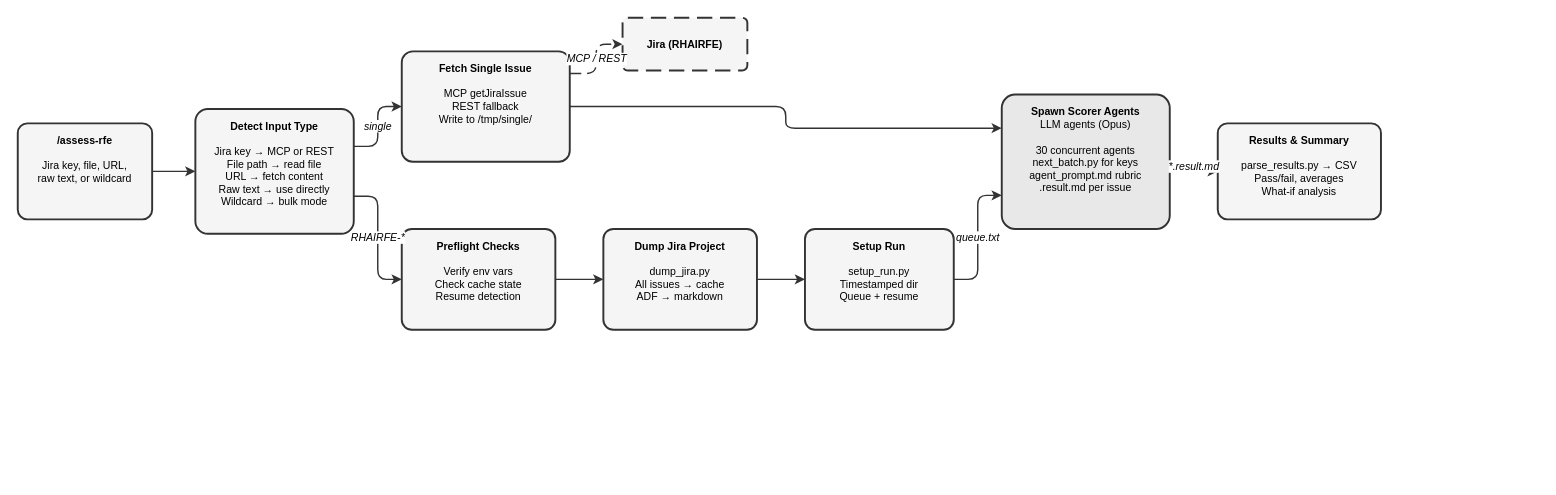
opendatahub-io/skills-registry keeps this draw.io diagram as site/docs/plugins/assess-rfe/assess-rfe.drawio. Above is the earlier version. Source tidied: cells renumbered, new cells numbered last; positions are measured from the earlier drawing's top-left corner, leaving out a move shared by most shapes. Both pictures are drawn from the tidied source at 96%, with x=0, y=0 at pixel (17, 17).
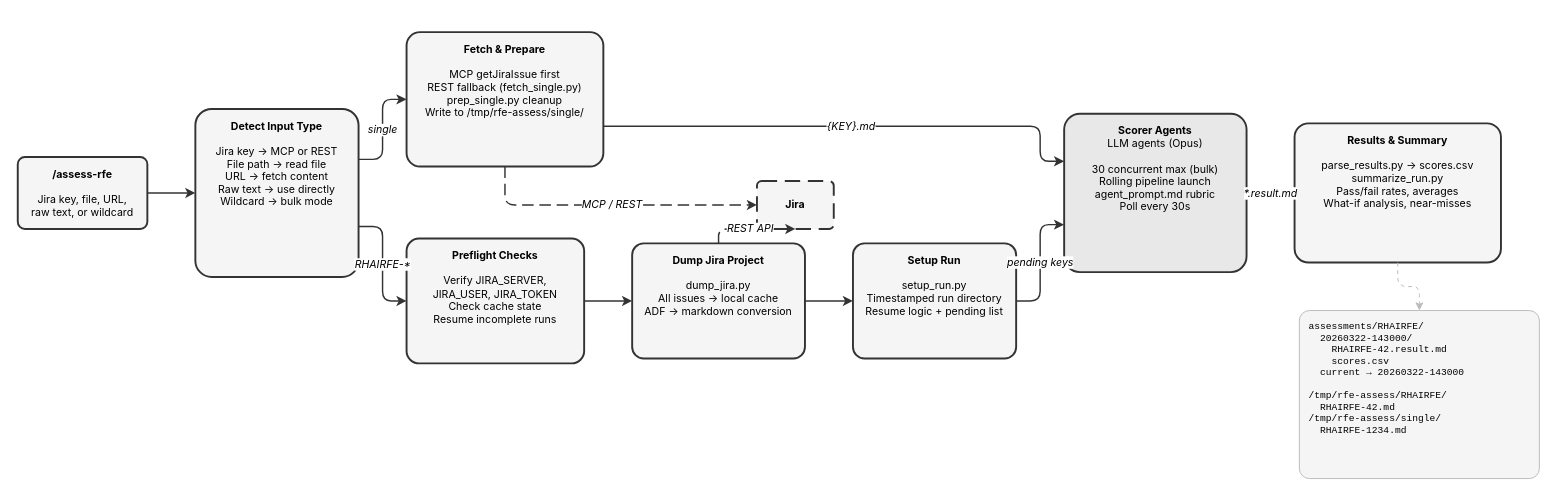
Above is the later version.

What changed in the source:
```diff
@@
-    <mxCell id="2" value="&lt;b&gt;/assess-rfe&lt;/b&gt;&lt;br&gt;&lt;br&gt;Jira key, file, URL,&lt;br&gt;raw text, or wildcard" style="rounded=1;whiteSpace=wrap;html=1;fillColor=#f5f5f5;strokeColor=#333333;strokeWidth=2;arcSize=10;verticalAlign=top;spacingTop=5;fontSize=11;" parent="1" vertex="1">
-      <mxGeometry y="110" width="140" height="100" as="geometry" />
+    <mxCell id="2" value="&lt;b&gt;/assess-rfe&lt;/b&gt;&lt;br&gt;&lt;br&gt;Jira key, file, URL,&lt;br&gt;raw text, or wildcard" style="rounded=1;whiteSpace=wrap;html=1;fillColor=#f5f5f5;strokeColor=#333333;strokeWidth=2;arcSize=10;verticalAlign=top;spacingTop=5;fontSize=11;fontFamily=Inter,Helvetica,Arial,sans-serif;" parent="1" vertex="1">
+      <mxGeometry y="145" width="135" height="75" as="geometry" />
     </mxCell>
-    <mxCell id="3" value="&lt;b&gt;Detect Input Type&lt;/b&gt;&lt;br&gt;&lt;br&gt;Jira key → MCP or REST&lt;br&gt;File path → read file&lt;br&gt;URL → fetch content&lt;br&gt;Raw text → use directly&lt;br&gt;Wildcard → bulk mode" style="rounded=1;whiteSpace=wrap;html=1;fillColor=#f5f5f5;strokeColor=#333333;strokeWidth=2;arcSize=10;verticalAlign=top;spacingTop=5;fontSize=11;" parent="1" vertex="1">
-      <mxGeometry x="185" y="95" width="165" height="130" as="geometry" />
+    <mxCell id="3" value="&lt;b&gt;Detect Input Type&lt;/b&gt;&lt;br&gt;&lt;br&gt;Jira key → MCP or REST&lt;br&gt;File path → read file&lt;br&gt;URL → fetch content&lt;br&gt;Raw text → use directly&lt;br&gt;Wildcard → bulk mode" style="rounded=1;whiteSpace=wrap;html=1;fillColor=#f5f5f5;strokeColor=#333333;strokeWidth=2;arcSize=10;verticalAlign=top;spacingTop=5;fontSize=11;fontFamily=Inter,Helvetica,Arial,sans-serif;" parent="1" vertex="1">
+      <mxGeometry x="185" y="95" width="170" height="175" as="geometry" />
     </mxCell>
-    <mxCell id="4" value="&lt;b&gt;Fetch Single Issue&lt;/b&gt;&lt;br&gt;&lt;br&gt;MCP getJiraIssue&lt;br&gt;REST fallback&lt;br&gt;Write to /tmp/single/" style="rounded=1;whiteSpace=wrap;html=1;fillColor=#f5f5f5;strokeColor=#333333;strokeWidth=2;arcSize=10;verticalAlign=top;spacingTop=5;fontSize=11;" parent="1" vertex="1">
-      <mxGeometry x="400" y="35" width="175" height="115" as="geometry" />
+    <mxCell id="4" value="&lt;b&gt;Fetch &amp; Prepare&lt;/b&gt;&lt;br&gt;&lt;br&gt;MCP getJiraIssue first&lt;br&gt;REST fallback (fetch_single.py)&lt;br&gt;prep_single.py cleanup&lt;br&gt;Write to /tmp/rfe-assess/single/" style="rounded=1;whiteSpace=wrap;html=1;fillColor=#f5f5f5;strokeColor=#333333;strokeWidth=2;arcSize=10;verticalAlign=top;spacingTop=5;fontSize=11;fontFamily=Inter,Helvetica,Arial,sans-serif;" parent="1" vertex="1">
+      <mxGeometry x="405" y="15" width="205" height="140" as="geometry" />
     </mxCell>
-    <mxCell id="5" value="&lt;b&gt;Preflight Checks&lt;/b&gt;&lt;br&gt;&lt;br&gt;Verify env vars&lt;br&gt;Check cache state&lt;br&gt;Resume detection" style="rounded=1;whiteSpace=wrap;html=1;fillColor=#f5f5f5;strokeColor=#333333;strokeWidth=2;arcSize=10;verticalAlign=top;spacingTop=5;fontSize=11;" parent="1" vertex="1">
-      <mxGeometry x="400" y="220" width="160" height="105" as="geometry" />
+    <mxCell id="5" value="&lt;b&gt;Preflight Checks&lt;/b&gt;&lt;br&gt;&lt;br&gt;Verify JIRA_SERVER,&lt;br&gt;JIRA_USER, JIRA_TOKEN&lt;br&gt;Check cache state&lt;br&gt;Resume incomplete runs" style="rounded=1;whiteSpace=wrap;html=1;fillColor=#f5f5f5;strokeColor=#333333;strokeWidth=2;arcSize=10;verticalAlign=top;spacingTop=5;fontSize=11;fontFamily=Inter,Helvetica,Arial,sans-serif;" parent="1" vertex="1">
+      <mxGeometry x="405" y="230" width="185" height="130" as="geometry" />
     </mxCell>
-    <mxCell id="6" value="&lt;b&gt;Dump Jira Project&lt;/b&gt;&lt;br&gt;&lt;br&gt;dump_jira.py&lt;br&gt;All issues → cache&lt;br&gt;ADF → markdown" style="rounded=1;whiteSpace=wrap;html=1;fillColor=#f5f5f5;strokeColor=#333333;strokeWidth=2;arcSize=10;verticalAlign=top;spacingTop=5;fontSize=11;" parent="1" vertex="1">
-      <mxGeometry x="610" y="220" width="160" height="105" as="geometry" />
+    <mxCell id="6" value="&lt;b&gt;Dump Jira Project&lt;/b&gt;&lt;br&gt;&lt;br&gt;dump_jira.py&lt;br&gt;All issues → local cache&lt;br&gt;ADF → markdown conversion" style="rounded=1;whiteSpace=wrap;html=1;fillColor=#f5f5f5;strokeColor=#333333;strokeWidth=2;arcSize=10;verticalAlign=top;spacingTop=5;fontSize=11;fontFamily=Inter,Helvetica,Arial,sans-serif;" parent="1" vertex="1">
+      <mxGeometry x="640" y="235" width="180" height="120" as="geometry" />
     </mxCell>
-    <mxCell id="7" value="&lt;b&gt;Setup Run&lt;/b&gt;&lt;br&gt;&lt;br&gt;setup_run.py&lt;br&gt;Timestamped dir&lt;br&gt;Queue + resume" style="rounded=1;whiteSpace=wrap;html=1;fillColor=#f5f5f5;strokeColor=#333333;strokeWidth=2;arcSize=10;verticalAlign=top;spacingTop=5;fontSize=11;" parent="1" vertex="1">
-      <mxGeometry x="820" y="220" width="155" height="105" as="geometry" />
+    <mxCell id="7" value="&lt;b&gt;Setup Run&lt;/b&gt;&lt;br&gt;&lt;br&gt;setup_run.py&lt;br&gt;Timestamped run directory&lt;br&gt;Resume logic + pending list" style="rounded=1;whiteSpace=wrap;html=1;fillColor=#f5f5f5;strokeColor=#333333;strokeWidth=2;arcSize=10;verticalAlign=top;spacingTop=5;fontSize=11;fontFamily=Inter,Helvetica,Arial,sans-serif;" parent="1" vertex="1">
+      <mxGeometry x="870" y="235" width="170" height="120" as="geometry" />
     </mxCell>
-    <mxCell id="8" value="&lt;b&gt;Spawn Scorer Agents&lt;/b&gt;&lt;br&gt;LLM agents (Opus)&lt;br&gt;&lt;br&gt;30 concurrent agents&lt;br&gt;next_batch.py for keys&lt;br&gt;agent_prompt.md rubric&lt;br&gt;.result.md per issue" style="rounded=1;whiteSpace=wrap;html=1;fillColor=#e8e8e8;strokeColor=#333333;strokeWidth=2;arcSize=10;verticalAlign=top;spacingTop=5;fontSize=11;" parent="1" vertex="1">
-      <mxGeometry x="1025" y="80" width="175" height="140" as="geometry" />
+    <mxCell id="8" value="&lt;b&gt;Scorer Agents&lt;/b&gt;&lt;br&gt;LLM agents (Opus)&lt;br&gt;&lt;br&gt;30 concurrent max (bulk)&lt;br&gt;Rolling pipeline launch&lt;br&gt;agent_prompt.md rubric&lt;br&gt;Poll every 30s" style="rounded=1;whiteSpace=wrap;html=1;fillColor=#e8e8e8;strokeColor=#333333;strokeWidth=2;arcSize=10;verticalAlign=top;spacingTop=5;fontSize=11;fontFamily=Inter,Helvetica,Arial,sans-serif;" parent="1" vertex="1">
+      <mxGeometry x="1090" y="100" width="190" height="165" as="geometry" />
     </mxCell>
-    <mxCell id="9" value="&lt;b&gt;Results &amp;amp; Summary&lt;/b&gt;&lt;br&gt;&lt;br&gt;parse_results.py → CSV&lt;br&gt;Pass/fail, averages&lt;br&gt;What-if analysis" style="rounded=1;whiteSpace=wrap;html=1;fillColor=#f5f5f5;strokeColor=#333333;strokeWidth=2;arcSize=10;verticalAlign=top;spacingTop=5;fontSize=11;" parent="1" vertex="1">
-      <mxGeometry x="1250" y="110" width="170" height="100" as="geometry" />
+    <mxCell id="9" value="&lt;b&gt;Results &amp; Summary&lt;/b&gt;&lt;br&gt;&lt;br&gt;parse_results.py → scores.csv&lt;br&gt;summarize_run.py&lt;br&gt;Pass/fail rates, averages&lt;br&gt;What-if analysis, near-misses" style="rounded=1;whiteSpace=wrap;html=1;fillColor=#f5f5f5;strokeColor=#333333;strokeWidth=2;arcSize=10;verticalAlign=top;spacingTop=5;fontSize=11;fontFamily=Inter,Helvetica,Arial,sans-serif;" parent="1" vertex="1">
+      <mxGeometry x="1330" y="110" width="215" height="145" as="geometry" />
     </mxCell>
-    <mxCell id="10" value="&lt;b&gt;Jira (RHAIRFE)&lt;/b&gt;" style="rounded=1;whiteSpace=wrap;html=1;fillColor=#f5f5f5;strokeColor=#333333;strokeWidth=2;arcSize=10;dashed=1;dashPattern=8 4;verticalAlign=middle;fontSize=11;" parent="1" vertex="1">
-      <mxGeometry x="630" width="130" height="55" as="geometry" />
+    <mxCell id="10" value="&lt;b&gt;Jira&lt;/b&gt;" style="rounded=1;whiteSpace=wrap;html=1;fillColor=#f5f5f5;strokeColor=#333333;strokeWidth=2;arcSize=10;dashed=1;dashPattern=8 4;verticalAlign=middle;fontSize=11;fontFamily=Inter,Helvetica,Arial,sans-serif;" parent="1" vertex="1">
+      <mxGeometry x="770" y="170" width="80" height="50" as="geometry" />
     </mxCell>
+    <mxCell id="20" value="&lt;font face=&quot;JetBrains Mono, Courier New, monospace&quot; style=&quot;font-size:10px&quot;&gt;assessments/RHAIRFE/&lt;br&gt;&amp;nbsp;&amp;nbsp;20260322-143000/&lt;br&gt;&amp;nbsp;&amp;nbsp;&amp;nbsp;&amp;nbsp;RHAIRFE-42.result.md&lt;br&gt;&amp;nbsp;&amp;nbsp;&amp;nbsp;&amp;nbsp;scores.csv&lt;br&gt;&amp;nbsp;&amp;nbsp;current → 20260322-143000&lt;br&gt;&lt;br&gt;/tmp/rfe-assess/RHAIRFE/&lt;br&gt;&amp;nbsp;&amp;nbsp;RHAIRFE-42.md&lt;br&gt;/tmp/rfe-assess/single/&lt;br&gt;&amp;nbsp;&amp;nbsp;RHAIRFE-1234.md&lt;/font&gt;" style="rounded=1;whiteSpace=wrap;html=1;fillColor=#f5f5f5;strokeColor=#bbbbbb;strokeWidth=1;arcSize=6;verticalAlign=top;spacingTop=5;align=left;spacingLeft=8;fontSize=10;fontFamily=JetBrains Mono,Courier New,monospace;" parent="1" vertex="1">
+      <mxGeometry x="1335" y="305" width="250" height="175" as="geometry" />
+    </mxCell>
-    <mxCell id="11" style="edgeStyle=orthogonalEdgeStyle;rounded=1;strokeColor=#333333;strokeWidth=1.5;html=1;exitX=1;exitY=0.5;exitDx=0;exitDy=0;entryX=0;entryY=0.5;entryDx=0;entryDy=0;" parent="1" edge="1" source="2" target="3">
+    <mxCell id="11" style="edgeStyle=orthogonalEdgeStyle;rounded=1;strokeColor=#333333;strokeWidth=1.5;html=1;fontFamily=Inter,Helvetica,Arial,sans-serif;exitX=1;exitY=0.5;exitDx=0;exitDy=0;entryX=0;entryY=0.5;entryDx=0;entryDy=0;" parent="1" edge="1" source="2" target="3">
       <mxGeometry relative="1" as="geometry" />
     </mxCell>
-    <mxCell id="12" value="single" style="edgeStyle=orthogonalEdgeStyle;rounded=1;strokeColor=#333333;strokeWidth=1.5;html=1;fontStyle=2;fontSize=11;exitX=1;exitY=0.3;exitDx=0;exitDy=0;entryX=0;entryY=0.5;entryDx=0;entryDy=0;" parent="1" edge="1" source="3" target="4">
-      <mxGeometry relative="1" as="geometry" />
+    <mxCell id="12" value="single" style="edgeStyle=orthogonalEdgeStyle;rounded=1;strokeColor=#333333;strokeWidth=1.5;html=1;fontStyle=2;fontSize=11;fontFamily=Inter,Helvetica,Arial,sans-serif;exitX=1;exitY=0.3;exitDx=0;exitDy=0;entryX=0;entryY=0.5;entryDx=0;entryDy=0;" parent="1" edge="1" source="3" target="4">
+      <mxGeometry relative="1" as="geometry">
+        <Array as="points">
+          <mxPoint x="380" y="147.5" />
+          <mxPoint x="380" y="85" />
+        </Array>
+      </mxGeometry>
     </mxCell>
-    <mxCell id="13" value="RHAIRFE-*" style="edgeStyle=orthogonalEdgeStyle;rounded=1;strokeColor=#333333;strokeWidth=1.5;html=1;fontStyle=2;fontSize=11;exitX=1;exitY=0.7;exitDx=0;exitDy=0;entryX=0;entryY=0.5;entryDx=0;entryDy=0;" parent="1" edge="1" source="3" target="5">
-      <mxGeometry relative="1" as="geometry" />
+    <mxCell id="13" value="RHAIRFE-*" style="edgeStyle=orthogonalEdgeStyle;rounded=1;strokeColor=#333333;strokeWidth=1.5;html=1;fontStyle=2;fontSize=11;fontFamily=Inter,Helvetica,Arial,sans-serif;exitX=1;exitY=0.7;exitDx=0;exitDy=0;entryX=0;entryY=0.5;entryDx=0;entryDy=0;" parent="1" edge="1" source="3" target="5">
+      <mxGeometry relative="1" as="geometry">
+        <Array as="points">
+          <mxPoint x="380" y="217.5" />
+          <mxPoint x="380" y="295" />
+        </Array>
+      </mxGeometry>
     </mxCell>
-    <mxCell id="14" style="edgeStyle=orthogonalEdgeStyle;rounded=1;strokeColor=#333333;strokeWidth=1.5;html=1;exitX=1;exitY=0.5;exitDx=0;exitDy=0;entryX=0;entryY=0.25;entryDx=0;entryDy=0;" parent="1" edge="1" source="4" target="8">
-      <mxGeometry relative="1" as="geometry" />
+    <mxCell id="14" value="{KEY}.md" style="edgeStyle=orthogonalEdgeStyle;rounded=1;strokeColor=#333333;strokeWidth=1.5;html=1;fontStyle=2;fontSize=11;fontFamily=Inter,Helvetica,Arial,sans-serif;exitX=1;exitY=0.7;exitDx=0;exitDy=0;entryX=0;entryY=0.3;entryDx=0;entryDy=0;" parent="1" edge="1" source="4" target="8">
+      <mxGeometry relative="1" as="geometry">
+        <Array as="points">
+          <mxPoint x="1065" y="113" />
+          <mxPoint x="1065" y="149.5" />
+        </Array>
+      </mxGeometry>
     </mxCell>
-    <mxCell id="15" style="edgeStyle=orthogonalEdgeStyle;rounded=1;strokeColor=#333333;strokeWidth=1.5;html=1;exitX=1;exitY=0.5;exitDx=0;exitDy=0;entryX=0;entryY=0.5;entryDx=0;entryDy=0;" parent="1" edge="1" source="5" target="6">
+    <mxCell id="15" style="edgeStyle=orthogonalEdgeStyle;rounded=1;strokeColor=#333333;strokeWidth=1.5;html=1;fontFamily=Inter,Helvetica,Arial,sans-serif;exitX=1;exitY=0.5;exitDx=0;exitDy=0;entryX=0;entryY=0.5;entryDx=0;entryDy=0;" parent="1" edge="1" source="5" target="6">
       <mxGeometry relative="1" as="geometry" />
     </mxCell>
-    <mxCell id="16" style="edgeStyle=orthogonalEdgeStyle;rounded=1;strokeColor=#333333;strokeWidth=1.5;html=1;exitX=1;exitY=0.5;exitDx=0;exitDy=0;entryX=0;entryY=0.5;entryDx=0;entryDy=0;" parent="1" edge="1" source="6" target="7">
+    <mxCell id="16" style="edgeStyle=orthogonalEdgeStyle;rounded=1;strokeColor=#333333;strokeWidth=1.5;html=1;fontFamily=Inter,Helvetica,Arial,sans-serif;exitX=1;exitY=0.5;exitDx=0;exitDy=0;entryX=0;entryY=0.5;entryDx=0;entryDy=0;" parent="1" edge="1" source="6" target="7">
       <mxGeometry relative="1" as="geometry" />
     </mxCell>
-    <mxCell id="17" value="queue.txt" style="edgeStyle=orthogonalEdgeStyle;rounded=1;strokeColor=#333333;strokeWidth=1.5;html=1;fontStyle=2;fontSize=11;exitX=1;exitY=0.5;exitDx=0;exitDy=0;entryX=0;entryY=0.75;entryDx=0;entryDy=0;" parent="1" edge="1" source="7" target="8">
-      <mxGeometry relative="1" as="geometry" />
+    <mxCell id="17" value="pending keys" style="edgeStyle=orthogonalEdgeStyle;rounded=1;strokeColor=#333333;strokeWidth=1.5;html=1;fontStyle=2;fontSize=11;fontFamily=Inter,Helvetica,Arial,sans-serif;exitX=1;exitY=0.5;exitDx=0;exitDy=0;entryX=0;entryY=0.7;entryDx=0;entryDy=0;" parent="1" edge="1" source="7" target="8">
+      <mxGeometry relative="1" as="geometry">
+        <Array as="points">
+          <mxPoint x="1065" y="295" />
+          <mxPoint x="1065" y="215.5" />
+        </Array>
+      </mxGeometry>
     </mxCell>
-    <mxCell id="18" value="*.result.md" style="edgeStyle=orthogonalEdgeStyle;rounded=1;strokeColor=#333333;strokeWidth=1.5;html=1;fontStyle=2;fontSize=11;exitX=1;exitY=0.5;exitDx=0;exitDy=0;entryX=0;entryY=0.5;entryDx=0;entryDy=0;" parent="1" edge="1" source="8" target="9">
+    <mxCell id="18" value="*.result.md" style="edgeStyle=orthogonalEdgeStyle;rounded=1;strokeColor=#333333;strokeWidth=1.5;html=1;fontStyle=2;fontSize=11;fontFamily=Inter,Helvetica,Arial,sans-serif;exitX=1;exitY=0.5;exitDx=0;exitDy=0;entryX=0;entryY=0.5;entryDx=0;entryDy=0;" parent="1" edge="1" source="8" target="9">
       <mxGeometry relative="1" as="geometry" />
     </mxCell>
-    <mxCell id="19" value="MCP / REST" style="edgeStyle=orthogonalEdgeStyle;rounded=1;strokeColor=#333333;strokeWidth=1.5;dashed=1;dashPattern=8 4;html=1;fontStyle=2;fontSize=11;exitX=1;exitY=0.2;exitDx=0;exitDy=0;entryX=0;entryY=0.5;entryDx=0;entryDy=0;" parent="1" edge="1" source="4" target="10">
-      <mxGeometry relative="1" as="geometry" />
+    <mxCell id="19" value="MCP / REST" style="edgeStyle=orthogonalEdgeStyle;rounded=1;strokeColor=#333333;strokeWidth=1.5;dashed=1;dashPattern=8 4;html=1;fontStyle=2;fontSize=11;fontFamily=Inter,Helvetica,Arial,sans-serif;exitX=0.5;exitY=1;exitDx=0;exitDy=0;entryX=0;entryY=0.5;entryDx=0;entryDy=0;" parent="1" edge="1" source="4" target="10">
+      <mxGeometry relative="1" as="geometry">
+        <Array as="points">
+          <mxPoint x="507" y="195" />
+        </Array>
+      </mxGeometry>
     </mxCell>
+    <mxCell id="21" value="REST API" style="edgeStyle=orthogonalEdgeStyle;rounded=1;strokeColor=#333333;strokeWidth=1.5;dashed=1;dashPattern=8 4;html=1;fontStyle=2;fontSize=11;fontFamily=Inter,Helvetica,Arial,sans-serif;exitX=0.5;exitY=0;exitDx=0;exitDy=0;entryX=0.5;entryY=1;entryDx=0;entryDy=0;" parent="1" edge="1" source="6" target="10">
+      <mxGeometry relative="1" as="geometry">
+        <Array as="points">
+          <mxPoint x="730" y="220" />
+        </Array>
+      </mxGeometry>
+    </mxCell>
+    <mxCell id="22" style="edgeStyle=orthogonalEdgeStyle;rounded=1;strokeColor=#bbbbbb;strokeWidth=1;dashed=1;dashPattern=4 4;html=1;fontFamily=Inter,Helvetica,Arial,sans-serif;exitX=0.5;exitY=1;exitDx=0;exitDy=0;entryX=0.5;entryY=0;entryDx=0;entryDy=0;" parent="1" edge="1" source="9" target="20">
+      <mxGeometry relative="1" as="geometry">
+        <Array as="points">
+          <mxPoint x="1437" y="280" />
+          <mxPoint x="1460" y="280" />
+        </Array>
+      </mxGeometry>
+    </mxCell>
```
